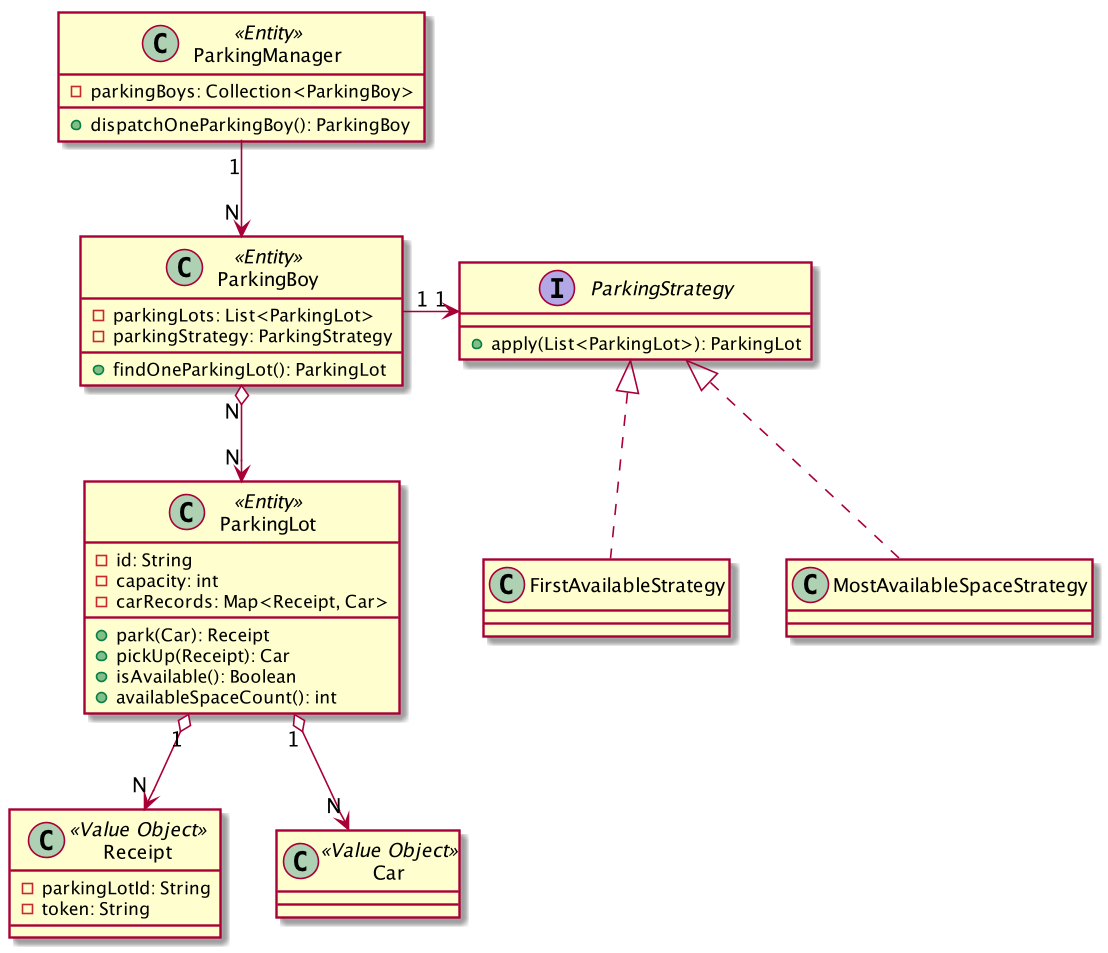
The PlantUML diagram PlantUml.png in kbyyd24/parking-lot-modling, before a commit. Its diagram source:
```plantuml
@startuml

class ParkingManager <<Entity>> {
  - parkingBoys: Collection<ParkingBoy>
  + dispatchOneParkingBoy(): ParkingBoy
}

class ParkingBoy <<Entity>> {
  - parkingLots: List<ParkingLot>
  - parkingStrategy: ParkingStrategy
  + findOneParkingLot(): ParkingLot
}

class ParkingLot <<Entity>> {
  - id: String
  - capacity: int
  - carRecords: Map<Receipt, Car>
  + park(Car): Receipt
  + pickUp(Receipt): Car
  + isAvailable(): Boolean
  + availableSpaceCount(): int
}

class Receipt <<Value Object>> {
  - parkingLotId: String
  - token: String
}

class Car <<Value Object>>

interface ParkingStrategy {
  + apply(List<ParkingLot>): ParkingLot
}

class FirstAvailableStrategy

class MostAvailableSpaceStrategy

ParkingBoy "N" o--> "N" ParkingLot

ParkingBoy "1" -> "1" ParkingStrategy

ParkingLot "1" o--> "N" Receipt

ParkingLot "1" o--> "N" Car

ParkingStrategy <|.. FirstAvailableStrategy

ParkingStrategy <|.. MostAvailableSpaceStrategy

ParkingManager "1" --> "N" ParkingBoy

@enduml
```
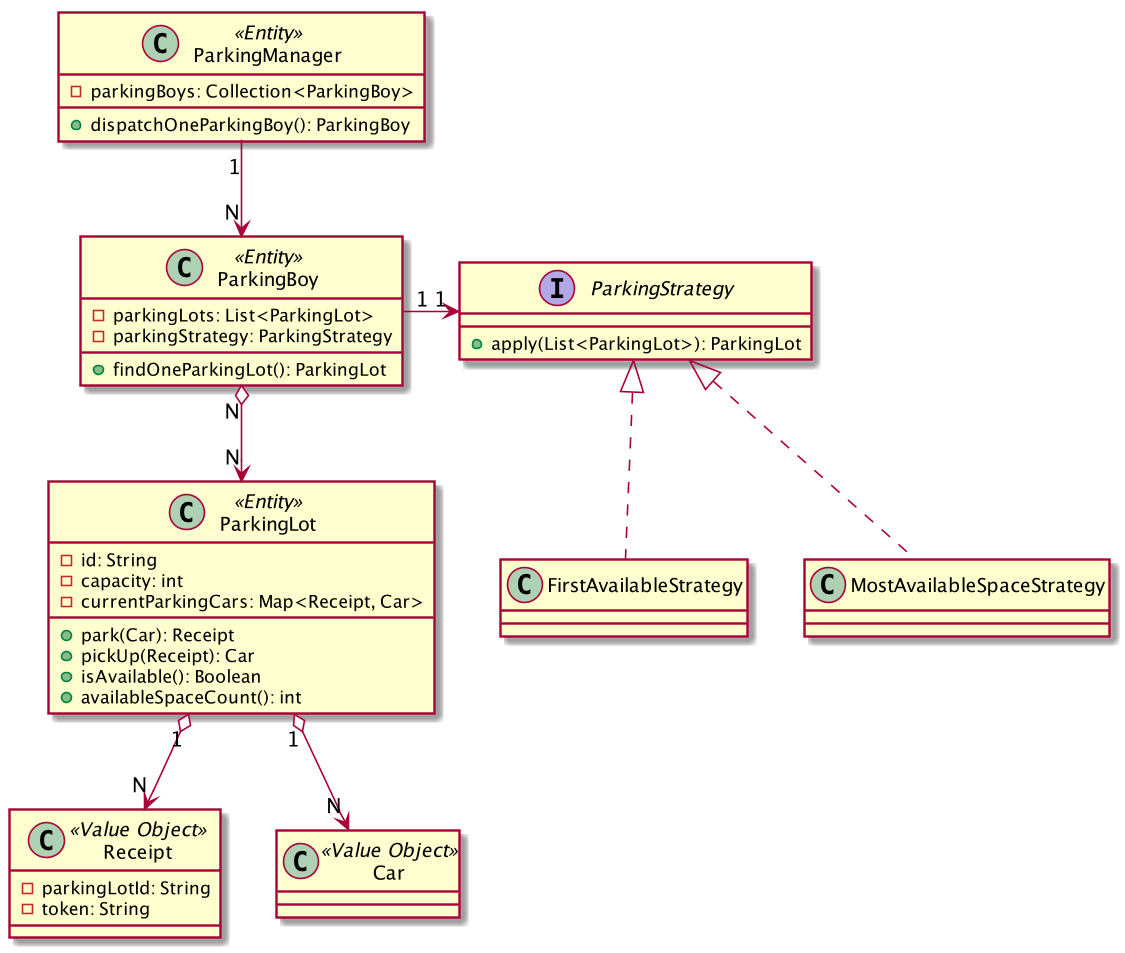
The same file after the commit.

Commit message:
add field ParkingLot.currentParkingCars and update when park

Change to the diagram source:
```diff
@@ -14,7 +14,7 @@
 class ParkingLot <<Entity>> {
   - id: String
   - capacity: int
-  - carRecords: Map<Receipt, Car>
+  - currentParkingCars: Map<Receipt, Car>
   + park(Car): Receipt
   + pickUp(Receipt): Car
   + isAvailable(): Boolean
```
